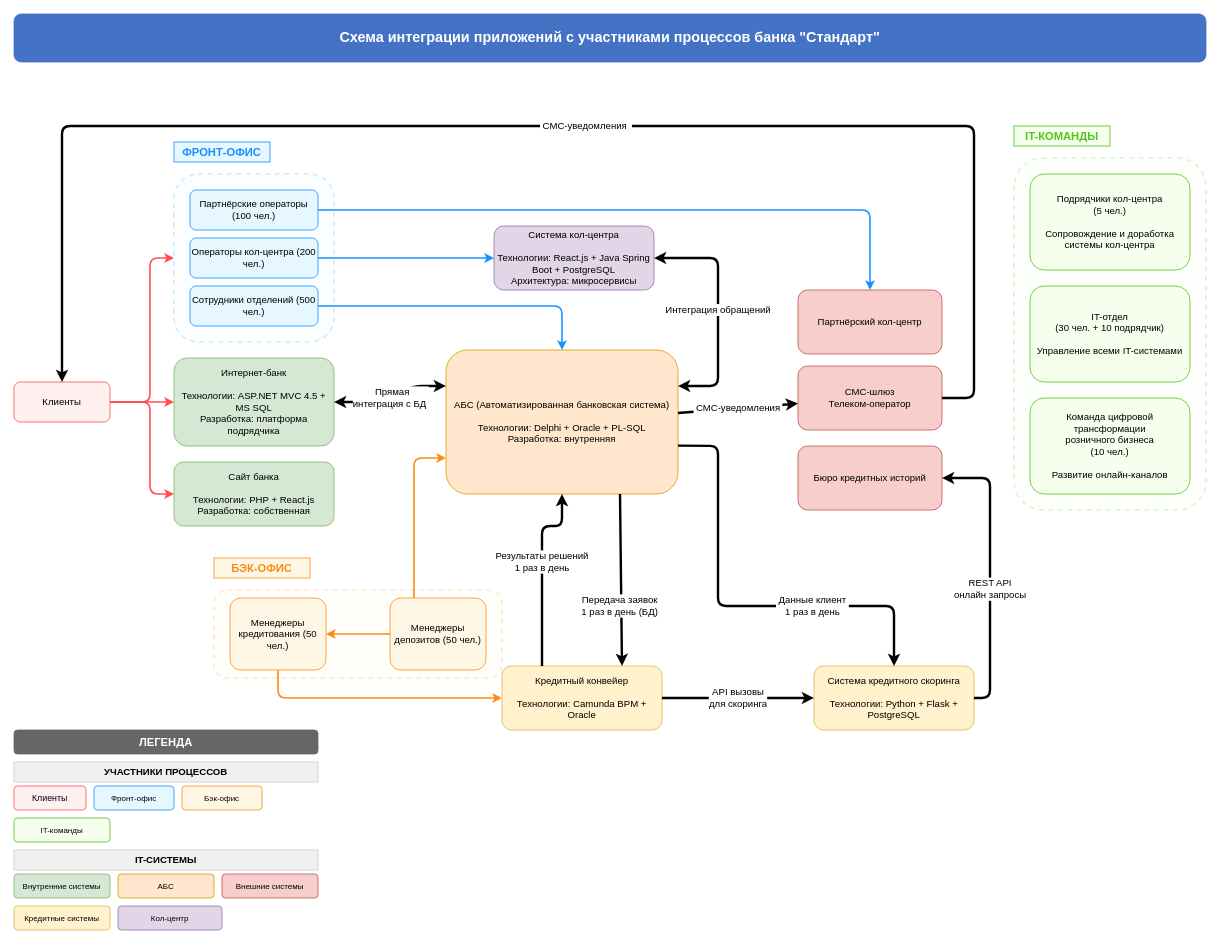
melnik88/architecture-pro-standart2 keeps this draw.io diagram as Task1/application-integration-schema.drawio. Above is the earlier version. Source tidied: cells renumbered, new cells numbered last; positions are measured from the earlier drawing's top-left corner, leaving out a move shared by most shapes. Both pictures are drawn from the tidied source at 80%, with x=0, y=0 at pixel (14, 14).
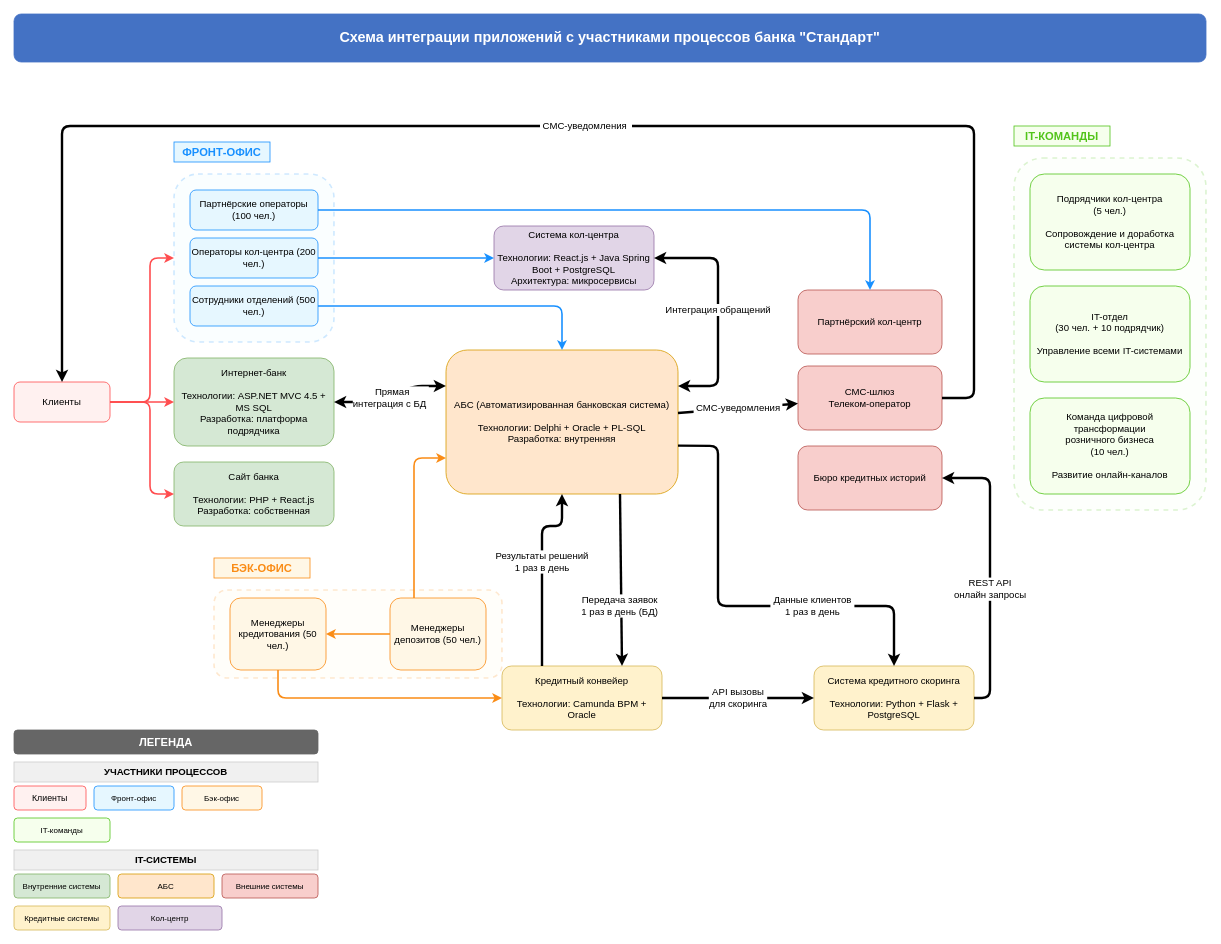
After the change.

The change refers to these unchanged cells:
```xml
<mxCell id="15" value="АБС (Автоматизированная банковская система)&#10;&#10;Технологии: Delphi + Oracle + PL-SQL&#10;Разработка: внутренняя" style="rounded=1;whiteSpace=wrap;html=1;fillColor=#FFE6CC;strokeColor=#D79B00;fontColor=#000000;fontSize=12;align=center;verticalAlign=middle;" parent="1" vertex="1">
  <mxGeometry x="540" y="420" width="290" height="180" as="geometry" />
</mxCell>
<mxCell id="22" value="Система кредитного скоринга&lt;br&gt;&lt;br&gt;Технологии: Python + Flask + PostgreSQL" style="rounded=1;whiteSpace=wrap;html=1;fillColor=#FFF2CC;strokeColor=#D6B656;fontColor=#000000;fontSize=12;align=center;verticalAlign=middle;" parent="1" vertex="1">
  <mxGeometry x="1000" y="815" width="200" height="80" as="geometry" />
</mxCell>
```

What changed in the source:
```diff
@@
-    <mxCell id="53" value="&amp;nbsp;Данные клиент&amp;nbsp;&lt;br&gt;1 раз в день" style="endArrow=classic;html=1;rounded=1;strokeColor=#000000;strokeWidth=3;labelBackgroundColor=#FFFFFF;fontSize=12;exitX=1;exitY=0.664;exitDx=0;exitDy=0;entryX=0.5;entryY=0;entryDx=0;entryDy=0;exitPerimeter=0;" parent="1" edge="1" source="15" target="22">
+    <mxCell id="53" value="&amp;nbsp;Данные клиентов&amp;nbsp;&lt;br&gt;1 раз в день" style="endArrow=classic;html=1;rounded=1;strokeColor=#000000;strokeWidth=3;labelBackgroundColor=#FFFFFF;fontSize=12;exitX=1;exitY=0.664;exitDx=0;exitDy=0;entryX=0.5;entryY=0;entryDx=0;entryDy=0;exitPerimeter=0;" parent="1" edge="1" source="15" target="22">
       <mxGeometry x="0.35" relative="1" as="geometry">
         <Array as="points">
           <mxPoint x="880" y="540" />
           <mxPoint x="880" y="740" />
           <mxPoint x="1100" y="740" />
         </Array>
       </mxGeometry>
     </mxCell>
```
